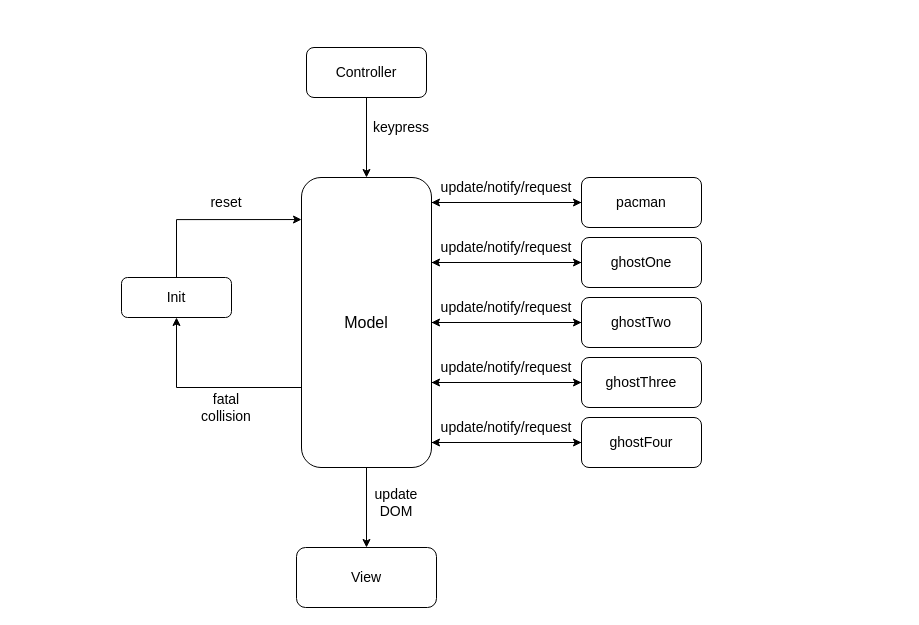
The draw.io diagram Untitled Diagram.drawio in tigeryant/sei-project-one, before the edit. Source tidied: cells renumbered, new cells numbered last; positions are measured from the earlier drawing's top-left corner, leaving out a move shared by most shapes. Both pictures are drawn from the tidied source at 100%, with x=0, y=0 at pixel (121, 47).
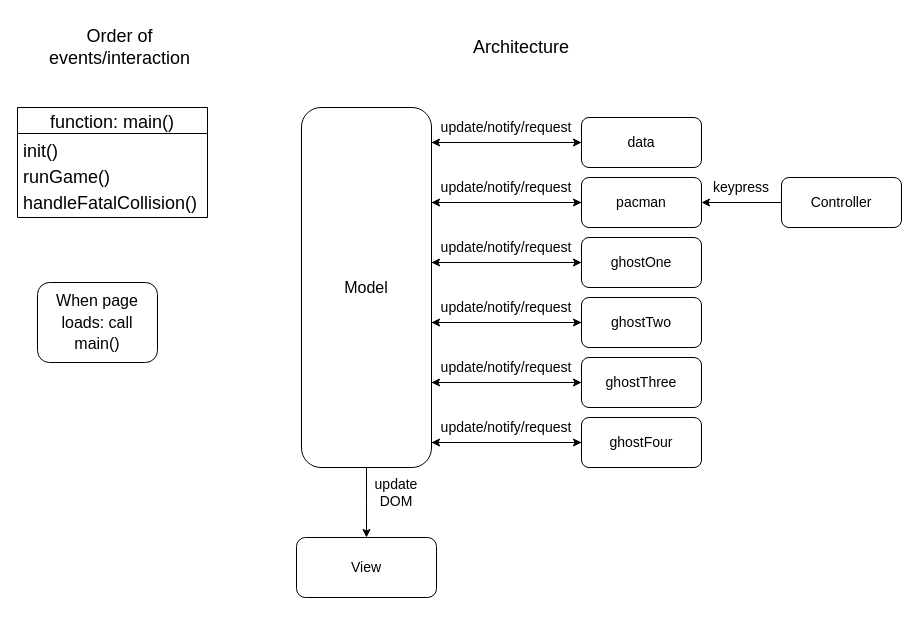
Above is the later version.

Commit message:
update architecture, add interaction

Unchanged cells that the change refers to:
```xml
<mxCell id="12" value="pacman" style="rounded=1;whiteSpace=wrap;html=1;fontSize=14;" parent="1" vertex="1">
  <mxGeometry x="460" y="130" width="120" height="50" as="geometry" />
</mxCell>
<mxCell id="18" value="ghostOne" style="rounded=1;whiteSpace=wrap;html=1;fontSize=14;" parent="1" vertex="1">
  <mxGeometry x="460" y="190" width="120" height="50" as="geometry" />
</mxCell>
<mxCell id="20" value="ghostTwo" style="rounded=1;whiteSpace=wrap;html=1;fontSize=14;" parent="1" vertex="1">
  <mxGeometry x="460" y="250" width="120" height="50" as="geometry" />
</mxCell>
<mxCell id="22" value="ghostThree" style="rounded=1;whiteSpace=wrap;html=1;fontSize=14;" parent="1" vertex="1">
  <mxGeometry x="460" y="310" width="120" height="50" as="geometry" />
</mxCell>
<mxCell id="24" value="ghostFour" style="rounded=1;whiteSpace=wrap;html=1;fontSize=14;" parent="1" vertex="1">
  <mxGeometry x="460" y="370" width="120" height="50" as="geometry" />
</mxCell>
```

What changed in the source:
```diff
@@
-    <mxCell id="2" style="edgeStyle=orthogonalEdgeStyle;rounded=0;jettySize=auto;html=1;entryX=0.5;entryY=0;entryDx=0;entryDy=0;fontSize=14;" parent="1" edge="1" source="9" target="10">
-      <mxGeometry relative="1" as="geometry" />
+    <mxCell id="2" style="edgeStyle=orthogonalEdgeStyle;rounded=0;jettySize=auto;html=1;fontSize=14;" parent="1" edge="1" source="9">
+      <mxGeometry relative="1" as="geometry">
+        <mxPoint x="245" y="490" as="targetPoint" />
+      </mxGeometry>
     </mxCell>
-    <mxCell id="3" style="edgeStyle=orthogonalEdgeStyle;rounded=0;jettySize=auto;html=1;entryX=0.5;entryY=1;entryDx=0;entryDy=0;fontSize=14;" parent="1" edge="1" source="9" target="14">
-      <mxGeometry relative="1" as="geometry">
-        <Array as="points">
-          <mxPoint x="55" y="340" />
-        </Array>
-      </mxGeometry>
-    </mxCell>
-    <mxCell id="4" style="edgeStyle=orthogonalEdgeStyle;rounded=0;jettySize=auto;html=1;entryX=0;entryY=0.5;entryDx=0;entryDy=0;fontSize=14;" parent="1" edge="1" source="9" target="12">
+    <mxCell id="4" style="edgeStyle=orthogonalEdgeStyle;rounded=0;jettySize=auto;html=1;entryX=0;entryY=0.5;entryDx=0;entryDy=0;fontSize=14;" parent="1" edge="1" target="12">
       <mxGeometry relative="1" as="geometry">
+        <mxPoint x="310" y="155" as="sourcePoint" />
         <Array as="points">
           <mxPoint x="330" y="155" />
           <mxPoint x="330" y="155" />
         </Array>
       </mxGeometry>
     </mxCell>
-    <mxCell id="5" style="edgeStyle=orthogonalEdgeStyle;rounded=0;jettySize=auto;html=1;entryX=0;entryY=0.5;entryDx=0;entryDy=0;fontSize=14;" parent="1" edge="1" source="9" target="18">
+    <mxCell id="5" style="edgeStyle=orthogonalEdgeStyle;rounded=0;jettySize=auto;html=1;entryX=0;entryY=0.5;entryDx=0;entryDy=0;fontSize=14;" parent="1" edge="1" target="18">
       <mxGeometry relative="1" as="geometry">
+        <mxPoint x="310" y="215" as="sourcePoint" />
         <Array as="points">
           <mxPoint x="330" y="215" />
           <mxPoint x="330" y="215" />
         </Array>
       </mxGeometry>
     </mxCell>
-    <mxCell id="6" style="edgeStyle=orthogonalEdgeStyle;rounded=0;jettySize=auto;html=1;entryX=0;entryY=0.5;entryDx=0;entryDy=0;fontSize=14;" parent="1" edge="1" source="9" target="20">
-      <mxGeometry relative="1" as="geometry" />
+    <mxCell id="6" style="edgeStyle=orthogonalEdgeStyle;rounded=0;jettySize=auto;html=1;entryX=0;entryY=0.5;entryDx=0;entryDy=0;fontSize=14;" parent="1" edge="1" target="20">
+      <mxGeometry relative="1" as="geometry">
+        <mxPoint x="310" y="275" as="sourcePoint" />
+        <Array as="points">
+          <mxPoint x="350" y="275" />
+          <mxPoint x="350" y="275" />
+        </Array>
+      </mxGeometry>
     </mxCell>
-    <mxCell id="7" style="edgeStyle=orthogonalEdgeStyle;rounded=0;jettySize=auto;html=1;entryX=0;entryY=0.5;entryDx=0;entryDy=0;fontSize=14;" parent="1" edge="1" source="9" target="22">
+    <mxCell id="7" style="edgeStyle=orthogonalEdgeStyle;rounded=0;jettySize=auto;html=1;entryX=0;entryY=0.5;entryDx=0;entryDy=0;fontSize=14;" parent="1" edge="1" target="22">
       <mxGeometry relative="1" as="geometry">
+        <mxPoint x="310" y="335" as="sourcePoint" />
         <Array as="points">
           <mxPoint x="330" y="335" />
           <mxPoint x="330" y="335" />
         </Array>
       </mxGeometry>
     </mxCell>
-    <mxCell id="8" style="edgeStyle=orthogonalEdgeStyle;rounded=0;jettySize=auto;html=1;entryX=0;entryY=0.5;entryDx=0;entryDy=0;fontSize=14;" parent="1" edge="1" source="9" target="24">
+    <mxCell id="8" style="edgeStyle=orthogonalEdgeStyle;rounded=0;jettySize=auto;html=1;entryX=0;entryY=0.5;entryDx=0;entryDy=0;fontSize=14;" parent="1" edge="1" target="24">
       <mxGeometry relative="1" as="geometry">
+        <mxPoint x="310" y="395" as="sourcePoint" />
         <Array as="points">
           <mxPoint x="330" y="395" />
           <mxPoint x="330" y="395" />
         </Array>
       </mxGeometry>
     </mxCell>
     <mxCell id="9" value="&lt;font&gt;&lt;font size=&quot;3&quot;&gt;Model&lt;/font&gt;&lt;br&gt;&lt;/font&gt;" style="rounded=1;whiteSpace=wrap;html=1;" parent="1" vertex="1">
-      <mxGeometry x="180" y="130" width="130" height="290" as="geometry" />
+      <mxGeometry x="180" y="60" width="130" height="360" as="geometry" />
     </mxCell>
     <mxCell id="10" value="View" style="rounded=1;whiteSpace=wrap;html=1;fontSize=14;" parent="1" vertex="1">
-      <mxGeometry x="175" y="500" width="140" height="60" as="geometry" />
+      <mxGeometry x="175" y="490" width="140" height="60" as="geometry" />
     </mxCell>
@@
-    <mxCell id="13" style="edgeStyle=orthogonalEdgeStyle;rounded=0;jettySize=auto;html=1;entryX=0;entryY=0.145;entryDx=0;entryDy=0;entryPerimeter=0;fontSize=14;" parent="1" edge="1" source="14" target="9">
-      <mxGeometry relative="1" as="geometry">
-        <Array as="points">
-          <mxPoint x="55" y="172" />
-        </Array>
-      </mxGeometry>
-    </mxCell>
-    <mxCell id="14" value="Init" style="rounded=1;whiteSpace=wrap;html=1;fontSize=14;" parent="1" vertex="1">
-      <mxGeometry y="230" width="110" height="40" as="geometry" />
-    </mxCell>
-    <mxCell id="15" style="edgeStyle=orthogonalEdgeStyle;rounded=0;jettySize=auto;html=1;entryX=0.5;entryY=0;entryDx=0;entryDy=0;fontSize=14;" parent="1" edge="1" source="16" target="9">
-      <mxGeometry relative="1" as="geometry" />
-    </mxCell>
+    <mxCell id="34" style="edgeStyle=orthogonalEdgeStyle;rounded=0;jettySize=auto;html=1;entryX=1;entryY=0.5;entryDx=0;entryDy=0;fontSize=14;" parent="1" edge="1" source="16" target="12">
+      <mxGeometry relative="1" as="geometry" />
+    </mxCell>
     <mxCell id="16" value="Controller" style="rounded=1;whiteSpace=wrap;html=1;fontSize=14;" parent="1" vertex="1">
-      <mxGeometry x="185" width="120" height="50" as="geometry" />
+      <mxGeometry x="660" y="130" width="120" height="50" as="geometry" />
     </mxCell>
@@
-    <mxCell id="25" value="reset" style="text;html=1;strokeColor=none;fillColor=none;align=center;verticalAlign=middle;whiteSpace=wrap;rounded=0;fontSize=14;" parent="1" vertex="1">
-      <mxGeometry x="70" y="145" width="70" height="20" as="geometry" />
-    </mxCell>
-    <mxCell id="26" value="fatal collision" style="text;html=1;strokeColor=none;fillColor=none;align=center;verticalAlign=middle;whiteSpace=wrap;rounded=0;fontSize=14;" parent="1" vertex="1">
-      <mxGeometry x="65" y="340" width="80" height="40" as="geometry" />
-    </mxCell>
     <mxCell id="27" value="keypress" style="text;html=1;strokeColor=none;fillColor=none;align=center;verticalAlign=middle;whiteSpace=wrap;rounded=0;fontSize=14;" parent="1" vertex="1">
-      <mxGeometry x="240" y="60" width="80" height="40" as="geometry" />
+      <mxGeometry x="580" y="120" width="80" height="40" as="geometry" />
     </mxCell>
     <mxCell id="28" value="update DOM" style="text;html=1;strokeColor=none;fillColor=none;align=center;verticalAlign=middle;whiteSpace=wrap;rounded=0;fontSize=14;" parent="1" vertex="1">
-      <mxGeometry x="235" y="430" width="80" height="50" as="geometry" />
+      <mxGeometry x="235" y="420" width="80" height="50" as="geometry" />
     </mxCell>
@@
+    <mxCell id="35" style="edgeStyle=orthogonalEdgeStyle;rounded=0;jettySize=auto;html=1;entryX=0;entryY=0.5;entryDx=0;entryDy=0;fontSize=14;" parent="1" edge="1" target="37">
+      <mxGeometry relative="1" as="geometry">
+        <mxPoint x="310" y="95" as="sourcePoint" />
+        <Array as="points">
+          <mxPoint x="330" y="95" />
+          <mxPoint x="330" y="95" />
+        </Array>
+      </mxGeometry>
+    </mxCell>
+    <mxCell id="36" style="edgeStyle=orthogonalEdgeStyle;rounded=0;jettySize=auto;html=1;fontSize=14;" parent="1" edge="1" source="37">
+      <mxGeometry relative="1" as="geometry">
+        <mxPoint x="310" y="95" as="targetPoint" />
+      </mxGeometry>
+    </mxCell>
+    <mxCell id="37" value="data" style="rounded=1;whiteSpace=wrap;html=1;fontSize=14;" parent="1" vertex="1">
+      <mxGeometry x="460" y="70" width="120" height="50" as="geometry" />
+    </mxCell>
+    <mxCell id="38" value="update/notify/request" style="text;html=1;strokeColor=none;fillColor=none;align=center;verticalAlign=middle;whiteSpace=wrap;rounded=0;fontSize=14;" parent="1" vertex="1">
+      <mxGeometry x="315" y="60" width="140" height="40" as="geometry" />
+    </mxCell>
+    <mxCell id="39" value="&lt;font style=&quot;font-size: 18px&quot;&gt;Architecture&lt;/font&gt;" style="text;html=1;strokeColor=none;fillColor=none;align=center;verticalAlign=middle;whiteSpace=wrap;rounded=0;fontSize=14;" parent="1" vertex="1">
+      <mxGeometry x="345" y="-15" width="110" height="30" as="geometry" />
+    </mxCell>
+    <mxCell id="40" value="&lt;font style=&quot;font-size: 18px&quot;&gt;Order of events/interaction&lt;/font&gt;" style="text;html=1;strokeColor=none;fillColor=none;align=center;verticalAlign=middle;whiteSpace=wrap;rounded=0;fontSize=14;" parent="1" vertex="1">
+      <mxGeometry x="-89" y="-30" width="175" height="60" as="geometry" />
+    </mxCell>
+    <mxCell id="41" value="function: main()" style="swimlane;fontStyle=0;horizontal=1;startSize=26;fillColor=none;fontSize=18;" parent="1" vertex="1">
+      <mxGeometry x="-104" y="60" width="190" height="110" as="geometry" />
+    </mxCell>
+    <mxCell id="42" value="init()" style="text;strokeColor=none;fillColor=none;align=left;verticalAlign=top;spacingLeft=4;spacingRight=4;overflow=hidden;fontSize=18;" parent="41" vertex="1">
+      <mxGeometry y="26" width="190" height="26" as="geometry" />
+    </mxCell>
+    <mxCell id="43" value="runGame()" style="text;strokeColor=none;fillColor=none;align=left;verticalAlign=top;spacingLeft=4;spacingRight=4;overflow=hidden;fontSize=18;" parent="41" vertex="1">
+      <mxGeometry y="52" width="190" height="26" as="geometry" />
+    </mxCell>
+    <mxCell id="44" value="handleFatalCollision()" style="text;strokeColor=none;fillColor=none;align=left;verticalAlign=top;spacingLeft=4;spacingRight=4;overflow=hidden;fontSize=18;" parent="41" vertex="1">
+      <mxGeometry y="78" width="190" height="32" as="geometry" />
+    </mxCell>
+    <mxCell id="45" value="&lt;font size=&quot;3&quot;&gt;When page loads: call main()&lt;/font&gt;" style="rounded=1;whiteSpace=wrap;html=1;fontSize=18;" parent="1" vertex="1">
+      <mxGeometry x="-84" y="235" width="120" height="80" as="geometry" />
+    </mxCell>
```
